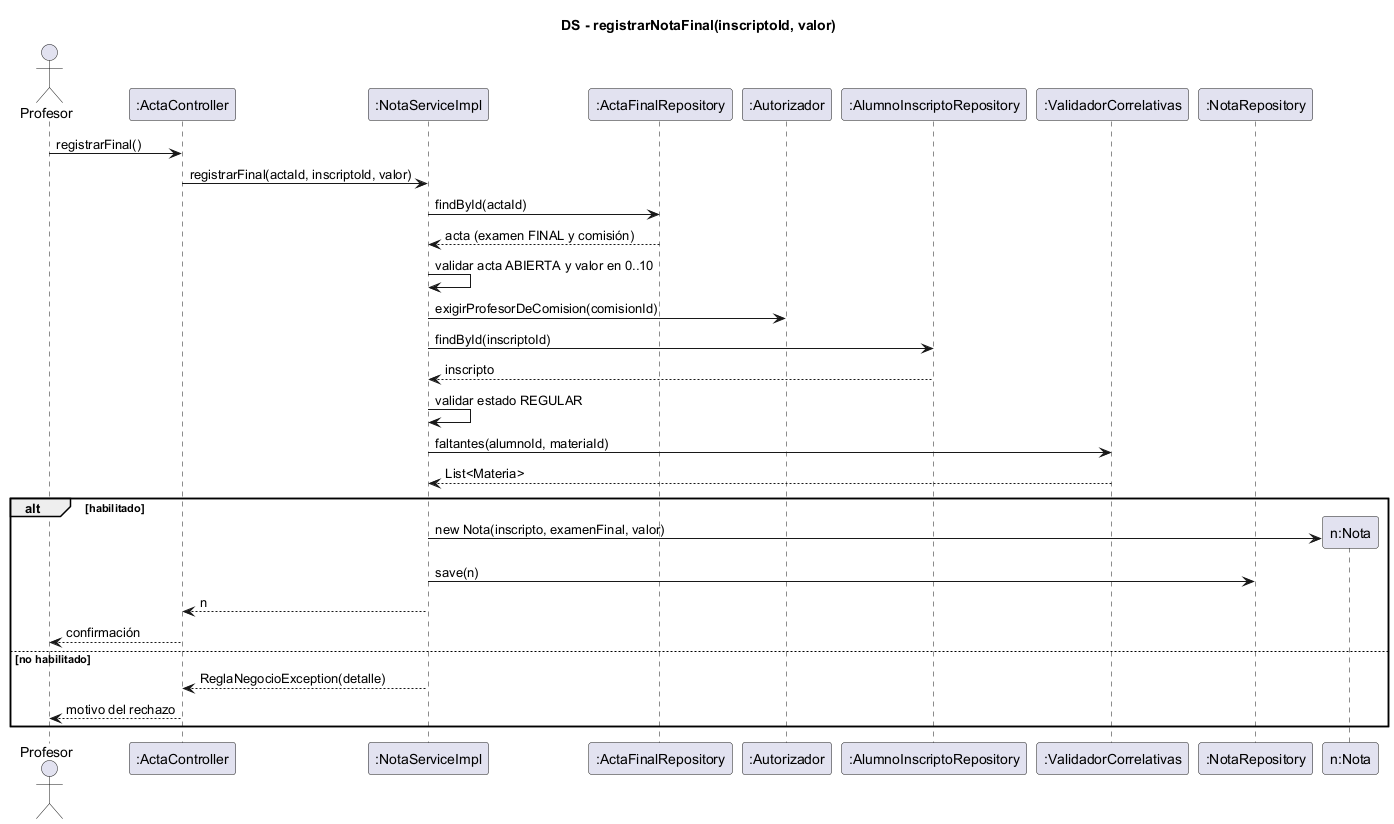
Earlier version of the PlantUML export document/diagramas/ds-registrar-nota-final.png (ISMAELALTHENOFER/BACKOFFICE-ACADEMICO-ITEC-N-1).
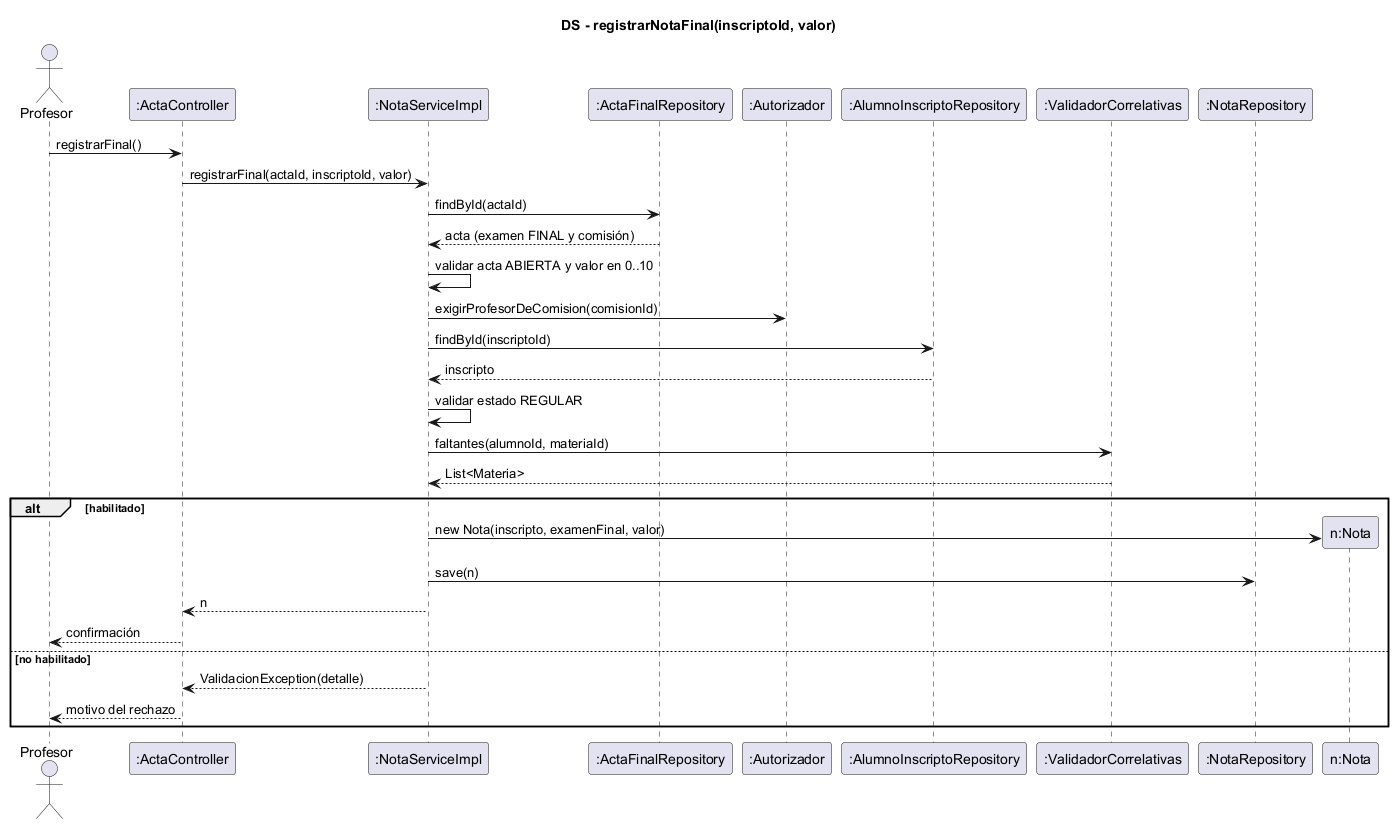
Above is the later version.

What changed in the source:
```diff
@@ -28,7 +28,7 @@
   S --> C : n
   C --> Profesor : confirmación
 else no habilitado
-  S --> C : ReglaNegocioException(detalle)
+  S --> C : ValidacionException(detalle)
   C --> Profesor : motivo del rechazo
 end
 @enduml
```
